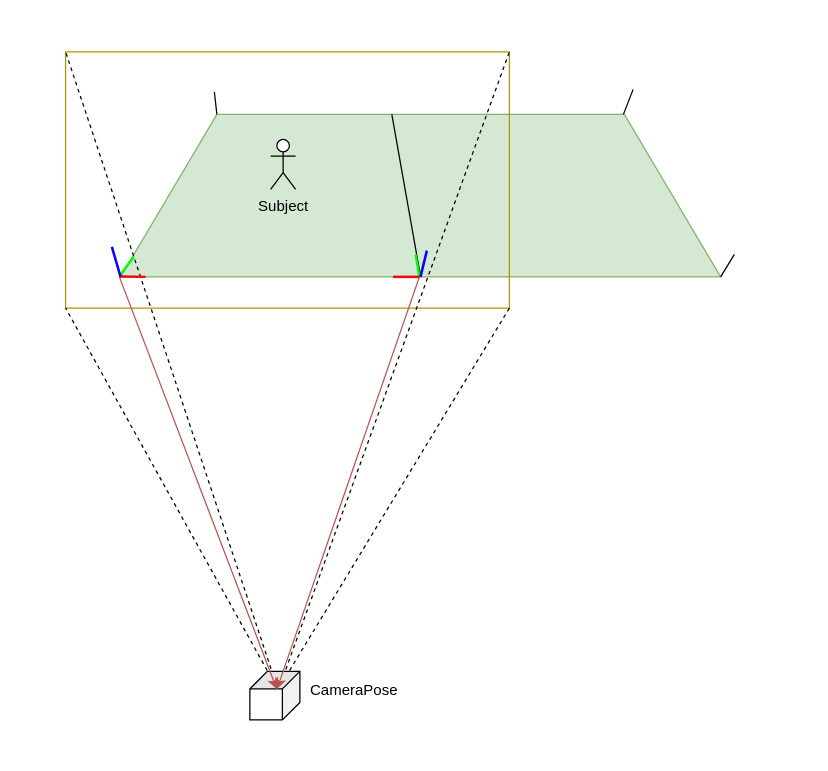
Above: models/Untitled Diagram.drawio in ausport/vk-camerakit (draw.io), before the change. Source tidied: cells renumbered, new cells numbered last; positions are measured from the earlier drawing's top-left corner, leaving out a move shared by most shapes. Both pictures are drawn from the tidied source at 125%, with x=0, y=0 at pixel (65, 51).
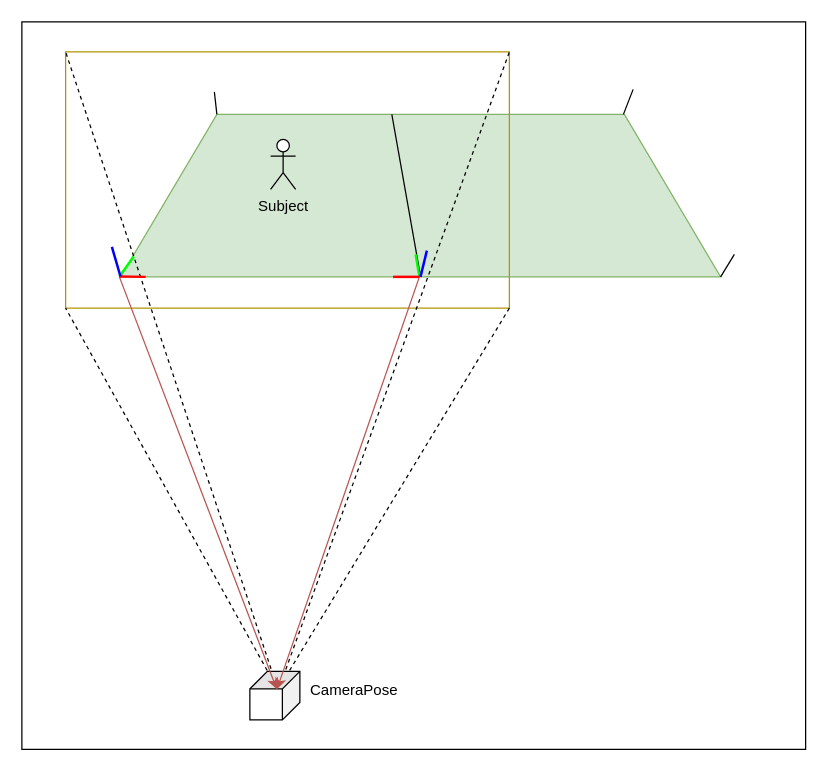
The same page after the edit.

Commit message:
Updated camera pose diagram.drawio

What changed in the source:
```diff
@@
+    <mxCell id="23" style="rounded=0;whiteSpace=wrap;html=1;strokeWidth=1;" parent="1" vertex="1">
+      <mxGeometry x="-35" y="-24" width="627" height="582" as="geometry" />
+    </mxCell>
```
